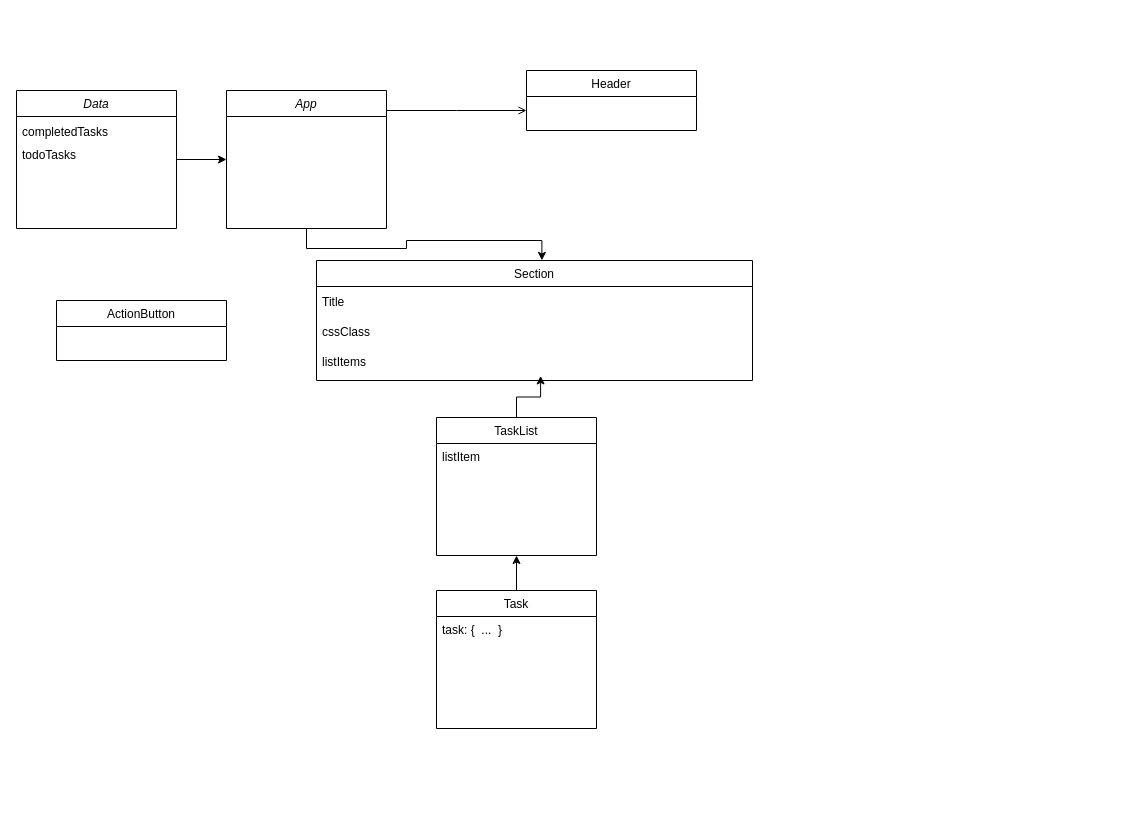
Before: Untitled Diagram.drawio in rmitchellPitzer/cs124, a draw.io diagram. Source tidied: cells renumbered, new cells numbered last; positions are measured from the earlier drawing's top-left corner, leaving out a move shared by most shapes. Both pictures are drawn from the tidied source at 100%, with x=0, y=0 at pixel (16, 70).
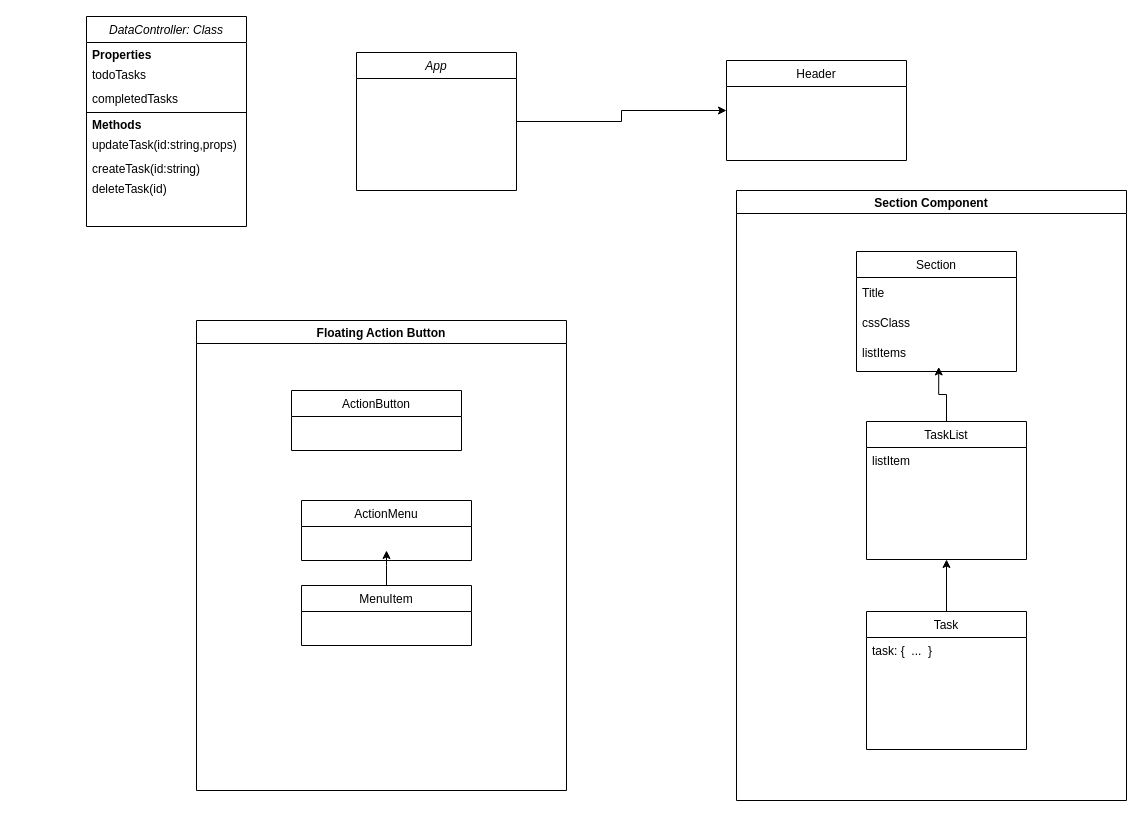
The same diagram, later.

The edit, as a diff of the source:
```diff
@@
-    <mxCell id="2" style="edgeStyle=orthogonalEdgeStyle;rounded=0;jettySize=auto;html=1;entryX=0.517;entryY=-0.001;entryDx=0;entryDy=0;entryPerimeter=0;" parent="1" edge="1" source="3" target="7">
-      <mxGeometry relative="1" as="geometry" />
-    </mxCell>
+    <mxCell id="12" style="edgeStyle=orthogonalEdgeStyle;rounded=0;jettySize=auto;html=1;entryX=0;entryY=0.5;entryDx=0;entryDy=0;" parent="1" edge="1" source="3" target="11">
+      <mxGeometry relative="1" as="geometry" />
+    </mxCell>
     <mxCell id="3" value="App" style="swimlane;fontStyle=2;align=center;verticalAlign=top;horizontal=1;startSize=26;rounded=0;shadow=0;strokeWidth=1;" parent="1" vertex="1">
-      <mxGeometry x="210" y="20" width="160" height="138" as="geometry" />
+      <mxGeometry x="340" y="-18" width="160" height="138" as="geometry" />
     </mxCell>
-    <mxCell id="4" style="edgeStyle=orthogonalEdgeStyle;rounded=0;jettySize=auto;html=1;entryX=0.514;entryY=0.981;entryDx=0;entryDy=0;entryPerimeter=0;" parent="1" edge="1" source="5" target="10">
-      <mxGeometry relative="1" as="geometry" />
-    </mxCell>
-    <mxCell id="5" value="TaskList" style="swimlane;fontStyle=0;align=center;verticalAlign=top;horizontal=1;startSize=26;rounded=0;shadow=0;strokeWidth=1;" parent="1" vertex="1">
-      <mxGeometry x="420" y="347" width="160" height="138" as="geometry" />
-    </mxCell>
-    <mxCell id="6" value="listItem" style="text;align=left;verticalAlign=top;spacingLeft=4;spacingRight=4;overflow=hidden;" parent="5" vertex="1">
-      <mxGeometry y="26" width="160" height="26" as="geometry" />
-    </mxCell>
+    <mxCell id="11" value="Header" style="swimlane;fontStyle=0;align=center;verticalAlign=top;horizontal=1;startSize=26;rounded=0;shadow=0;strokeWidth=1;" parent="1" vertex="1">
+      <mxGeometry x="710" y="-10" width="180" height="100" as="geometry" />
+    </mxCell>
+    <mxCell id="17" value="DataController: Class" style="swimlane;fontStyle=2;align=center;verticalAlign=top;horizontal=1;startSize=26;rounded=0;shadow=0;strokeWidth=1;" parent="1" vertex="1">
+      <mxGeometry x="70" y="-54" width="160" height="210" as="geometry" />
+    </mxCell>
+    <mxCell id="18" value="Properties" style="text;strokeColor=none;fillColor=none;align=left;verticalAlign=middle;spacingLeft=4;spacingRight=4;overflow=hidden;fontStyle=1;" parent="17" vertex="1">
+      <mxGeometry y="26" width="160" height="24" as="geometry" />
+    </mxCell>
+    <mxCell id="19" value="todoTasks&#10;" style="text;strokeColor=none;fillColor=none;align=left;verticalAlign=middle;spacingLeft=4;spacingRight=4;overflow=hidden;" parent="17" vertex="1">
+      <mxGeometry y="50" width="160" height="22" as="geometry" />
+    </mxCell>
+    <mxCell id="21" value="completedTasks" style="text;strokeColor=none;fillColor=none;align=left;verticalAlign=middle;spacingLeft=4;spacingRight=4;overflow=hidden;" parent="17" vertex="1">
+      <mxGeometry y="72" width="160" height="20" as="geometry" />
+    </mxCell>
+    <mxCell id="22" style="line;strokeWidth=1;fillColor=none;align=left;verticalAlign=middle;spacingTop=-1;spacingLeft=3;spacingRight=3;labelPosition=right;" parent="17" vertex="1">
+      <mxGeometry y="92" width="160" height="8" as="geometry" />
+    </mxCell>
+    <mxCell id="23" value="Methods&#10;" style="text;strokeColor=none;fillColor=none;align=left;verticalAlign=middle;spacingLeft=4;spacingRight=4;overflow=hidden;fontStyle=1;" parent="17" vertex="1">
+      <mxGeometry y="100" width="160" height="20" as="geometry" />
+    </mxCell>
+    <mxCell id="24" value="updateTask(id:string,props)&#10;" style="text;strokeColor=none;fillColor=none;align=left;verticalAlign=middle;spacingLeft=4;spacingRight=4;overflow=hidden;" parent="17" vertex="1">
+      <mxGeometry y="120" width="160" height="24" as="geometry" />
+    </mxCell>
+    <mxCell id="25" value="createTask(id:string)" style="text;strokeColor=none;fillColor=none;align=left;verticalAlign=middle;spacingLeft=4;spacingRight=4;overflow=hidden;" parent="17" vertex="1">
+      <mxGeometry y="144" width="160" height="16" as="geometry" />
+    </mxCell>
+    <mxCell id="26" value="deleteTask(id)" style="text;strokeColor=none;fillColor=none;align=left;verticalAlign=middle;spacingLeft=4;spacingRight=4;overflow=hidden;" parent="17" vertex="1">
+      <mxGeometry y="160" width="160" height="24" as="geometry" />
+    </mxCell>
+    <mxCell id="27" value="Section Component" style="swimlane;" parent="1" vertex="1">
+      <mxGeometry x="720" y="120" width="390" height="610" as="geometry" />
+    </mxCell>
-    <mxCell id="7" value="Section" style="swimlane;fontStyle=0;align=center;verticalAlign=top;horizontal=1;startSize=26;rounded=0;shadow=0;strokeWidth=1;" parent="1" vertex="1">
-      <mxGeometry x="300" y="190" width="436" height="120" as="geometry" />
+    <mxCell id="7" value="Section" style="swimlane;fontStyle=0;align=center;verticalAlign=top;horizontal=1;startSize=26;rounded=0;shadow=0;strokeWidth=1;" parent="27" vertex="1">
+      <mxGeometry x="120" y="61" width="160" height="120" as="geometry" />
     </mxCell>
     <mxCell id="8" value="Title" style="text;strokeColor=none;fillColor=none;align=left;verticalAlign=middle;spacingLeft=4;spacingRight=4;overflow=hidden;" parent="7" vertex="1">
-      <mxGeometry y="26" width="436" height="30" as="geometry" />
+      <mxGeometry y="26" width="160" height="30" as="geometry" />
     </mxCell>
     <mxCell id="9" value="cssClass" style="text;strokeColor=none;fillColor=none;align=left;verticalAlign=middle;spacingLeft=4;spacingRight=4;overflow=hidden;" parent="7" vertex="1">
-      <mxGeometry y="56" width="436" height="30" as="geometry" />
+      <mxGeometry y="56" width="160" height="30" as="geometry" />
     </mxCell>
     <mxCell id="10" value="listItems" style="text;strokeColor=none;fillColor=none;align=left;verticalAlign=middle;spacingLeft=4;spacingRight=4;overflow=hidden;points=[[0,0.5],[1,0.5]];portConstraint=eastwest;" parent="7" vertex="1">
-      <mxGeometry y="86" width="436" height="30" as="geometry" />
+      <mxGeometry y="86" width="160" height="30" as="geometry" />
     </mxCell>
-    <mxCell id="11" value="Header" style="swimlane;fontStyle=0;align=center;verticalAlign=top;horizontal=1;startSize=26;rounded=0;shadow=0;strokeWidth=1;" parent="1" vertex="1">
-      <mxGeometry x="510" width="170" height="60" as="geometry" />
-    </mxCell>
-    <mxCell id="12" style="endArrow=open;shadow=0;strokeWidth=1;rounded=0;endFill=1;edgeStyle=elbowEdgeStyle;elbow=vertical;" parent="1" edge="1" source="3" target="11">
-      <mxGeometry x="0.5" y="41" relative="1" as="geometry">
-        <mxPoint x="-40" y="32" as="offset" />
-      </mxGeometry>
-    </mxCell>
-    <mxCell id="13" style="edgeStyle=orthogonalEdgeStyle;rounded=0;jettySize=auto;html=1;entryX=0.5;entryY=1;entryDx=0;entryDy=0;" parent="1" edge="1" source="14" target="5">
-      <mxGeometry relative="1" as="geometry" />
-    </mxCell>
+    <mxCell id="5" value="TaskList" style="swimlane;fontStyle=0;align=center;verticalAlign=top;horizontal=1;startSize=26;rounded=0;shadow=0;strokeWidth=1;" parent="27" vertex="1">
+      <mxGeometry x="130" y="231" width="160" height="138" as="geometry" />
+    </mxCell>
+    <mxCell id="6" value="listItem" style="text;align=left;verticalAlign=top;spacingLeft=4;spacingRight=4;overflow=hidden;" parent="5" vertex="1">
+      <mxGeometry y="26" width="160" height="26" as="geometry" />
+    </mxCell>
+    <mxCell id="4" style="edgeStyle=orthogonalEdgeStyle;rounded=0;jettySize=auto;html=1;entryX=0.514;entryY=0.981;entryDx=0;entryDy=0;entryPerimeter=0;" parent="27" edge="1" source="5" target="10">
+      <mxGeometry relative="1" as="geometry" />
+    </mxCell>
-    <mxCell id="14" value="Task" style="swimlane;fontStyle=0;align=center;verticalAlign=top;horizontal=1;startSize=26;rounded=0;shadow=0;strokeWidth=1;" parent="1" vertex="1">
-      <mxGeometry x="420" y="520" width="160" height="138" as="geometry" />
+    <mxCell id="14" value="Task" style="swimlane;fontStyle=0;align=center;verticalAlign=top;horizontal=1;startSize=26;rounded=0;shadow=0;strokeWidth=1;" parent="27" vertex="1">
+      <mxGeometry x="130" y="421" width="160" height="138" as="geometry" />
     </mxCell>
@@
-    <mxCell id="16" style="edgeStyle=orthogonalEdgeStyle;rounded=0;jettySize=auto;html=1;entryX=0;entryY=0.5;entryDx=0;entryDy=0;" parent="1" edge="1" source="17" target="3">
-      <mxGeometry relative="1" as="geometry" />
-    </mxCell>
-    <mxCell id="17" value="Data" style="swimlane;fontStyle=2;align=center;verticalAlign=top;horizontal=1;startSize=26;rounded=0;shadow=0;strokeWidth=1;" parent="1" vertex="1">
-      <mxGeometry y="20" width="160" height="138" as="geometry" />
-    </mxCell>
-    <mxCell id="18" value="completedTasks" style="text;strokeColor=none;fillColor=none;align=left;verticalAlign=middle;spacingLeft=4;spacingRight=4;overflow=hidden;" parent="17" vertex="1">
-      <mxGeometry y="26" width="160" height="30" as="geometry" />
-    </mxCell>
-    <mxCell id="19" value="todoTasks&#10;" style="text;strokeColor=none;fillColor=none;align=left;verticalAlign=middle;spacingLeft=4;spacingRight=4;overflow=hidden;" parent="17" vertex="1">
-      <mxGeometry y="56" width="160" height="30" as="geometry" />
-    </mxCell>
+    <mxCell id="13" style="edgeStyle=orthogonalEdgeStyle;rounded=0;jettySize=auto;html=1;entryX=0.5;entryY=1;entryDx=0;entryDy=0;" parent="27" edge="1" source="14" target="5">
+      <mxGeometry relative="1" as="geometry" />
+    </mxCell>
+    <mxCell id="28" value="Floating Action Button" style="swimlane;" parent="1" vertex="1">
+      <mxGeometry x="180" y="250" width="370" height="470" as="geometry" />
+    </mxCell>
+    <mxCell id="29" style="group;" parent="28" vertex="1">
+      <mxGeometry x="95" y="70" width="180" height="255" as="geometry" />
+    </mxCell>
-    <mxCell id="20" value="ActionButton" style="swimlane;fontStyle=0;align=center;verticalAlign=top;horizontal=1;startSize=26;rounded=0;shadow=0;strokeWidth=1;" parent="1" vertex="1">
-      <mxGeometry x="40" y="230" width="170" height="60" as="geometry" />
+    <mxCell id="20" value="ActionButton" style="swimlane;fontStyle=0;align=center;verticalAlign=top;horizontal=1;startSize=26;rounded=0;shadow=0;strokeWidth=1;" parent="29" vertex="1">
+      <mxGeometry width="170" height="60" as="geometry" />
     </mxCell>
+    <mxCell id="30" style="edgeStyle=orthogonalEdgeStyle;rounded=0;jettySize=auto;html=1;" parent="29" edge="1" source="31">
+      <mxGeometry relative="1" as="geometry">
+        <mxPoint x="95" y="160" as="targetPoint" />
+      </mxGeometry>
+    </mxCell>
+    <mxCell id="31" value="MenuItem" style="swimlane;fontStyle=0;align=center;verticalAlign=top;horizontal=1;startSize=26;rounded=0;shadow=0;strokeWidth=1;" parent="29" vertex="1">
+      <mxGeometry x="10" y="195" width="170" height="60" as="geometry" />
+    </mxCell>
+    <mxCell id="32" value="ActionMenu" style="swimlane;fontStyle=0;align=center;verticalAlign=top;horizontal=1;startSize=26;rounded=0;shadow=0;strokeWidth=1;" parent="29" vertex="1">
+      <mxGeometry x="10" y="110" width="170" height="60" as="geometry" />
+    </mxCell>
```
